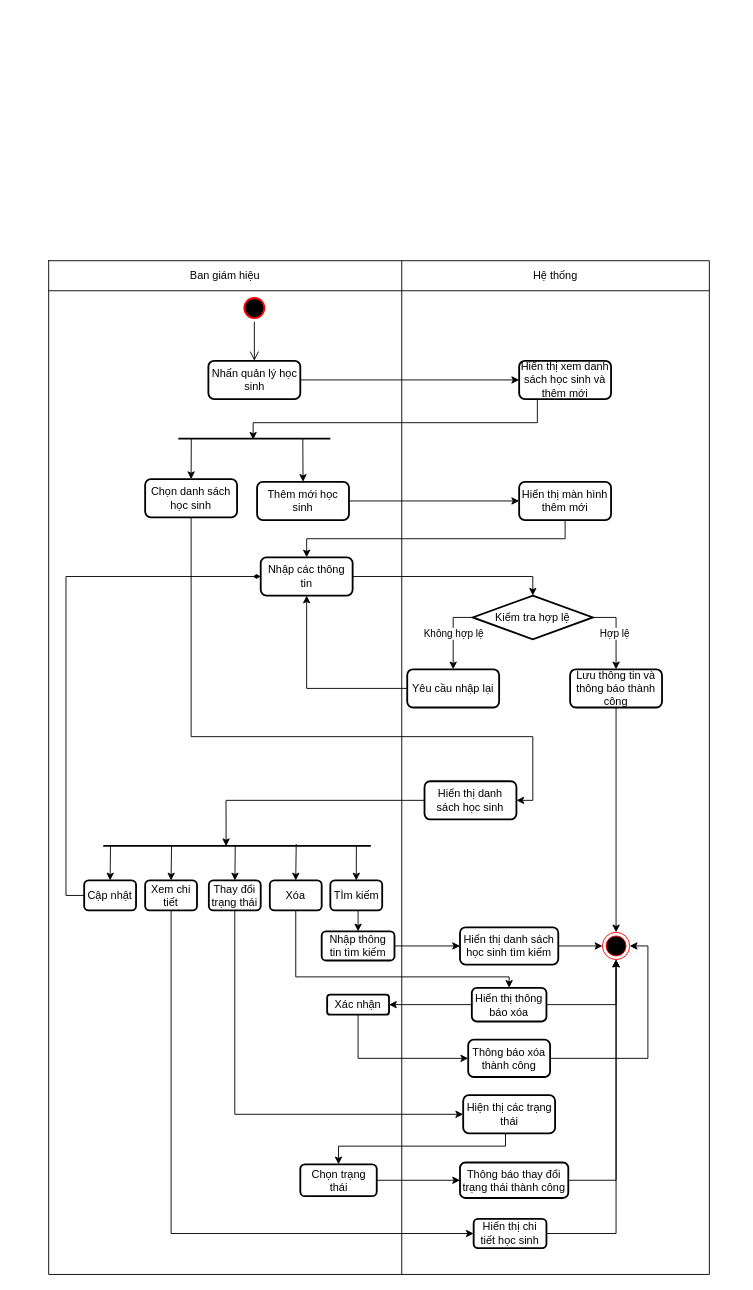
Earlier version of the draw.io diagram page "Quản lý học sinh" (8 of 16) of activity-diagram (1).drawio (Boorng/DATN). Source tidied: cells renumbered, new cells numbered last; positions are measured from the earlier drawing's top-left corner, leaving out a move shared by most shapes. Both pictures are drawn from the tidied source at 91%, with x=0, y=0 at pixel (48, 260).
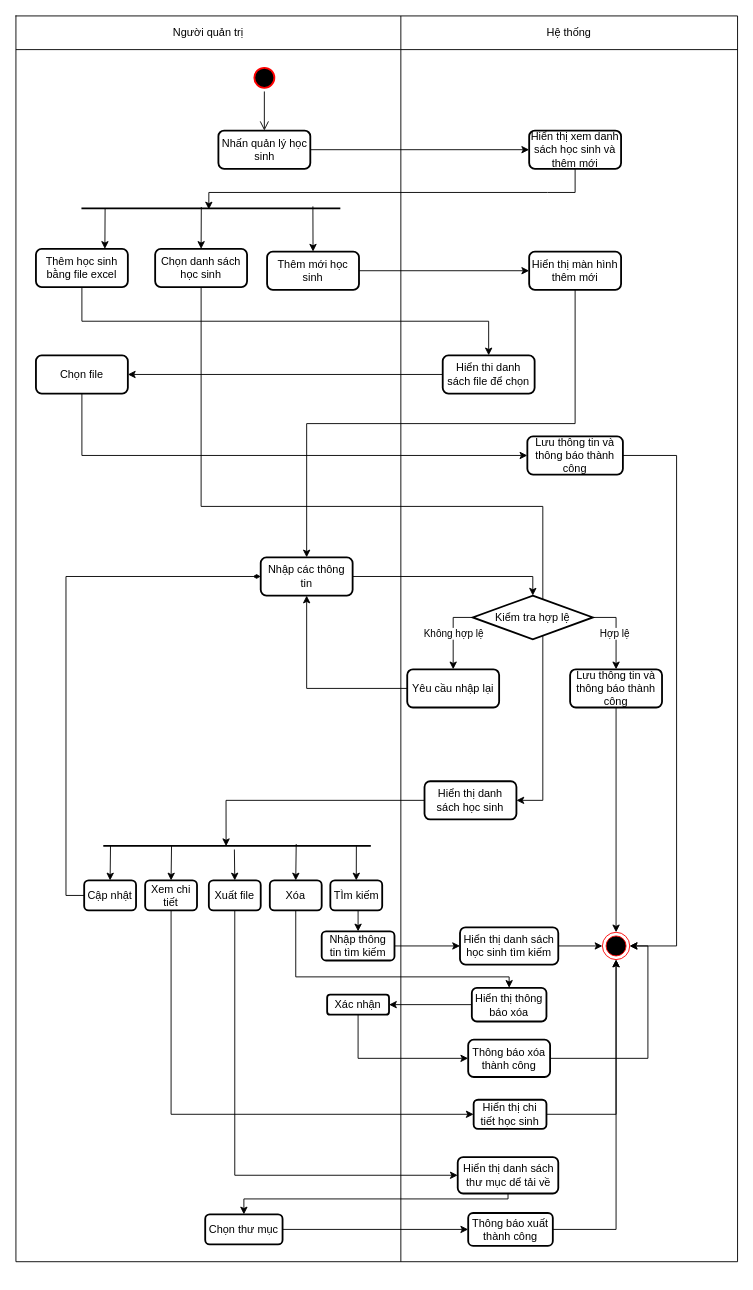
Above is the later version.

Unchanged cells that the change refers to:
```xml
<mxCell id="35" value="Hiển thị danh sách học sinh" style="rounded=1;whiteSpace=wrap;html=1;strokeWidth=2;" parent="1" vertex="1">
  <mxGeometry x="413" y="572" width="101" height="42" as="geometry" />
</mxCell>
<mxCell id="36" style="line;strokeWidth=2;fillColor=none;align=left;verticalAlign=middle;spacingTop=-1;spacingLeft=3;spacingRight=3;labelPosition=right;points=[];portConstraint=eastwest;strokeColor=inherit;" parent="1" vertex="1">
  <mxGeometry x="60" y="639" width="294" height="8" as="geometry" />
</mxCell>
<mxCell id="54" value="Hiển thị thông báo xóa" style="rounded=1;whiteSpace=wrap;html=1;strokeWidth=2;" parent="1" vertex="1">
  <mxGeometry x="465" y="799" width="82" height="37" as="geometry" />
</mxCell>
<mxCell id="71" style="ellipse;html=1;shape=endState;fillColor=#000000;strokeColor=#ff0000;" parent="1" vertex="1">
  <mxGeometry x="608.5" y="738" width="30" height="30" as="geometry" />
</mxCell>
```

Change to the diagram source:
```diff
@@
     <mxCell id="2" style="shape=table;startSize=0;childLayout=tableLayout;" parent="1" vertex="1">
-      <mxGeometry width="726" height="1114" as="geometry" />
+      <mxGeometry x="-36" y="-269" width="793" height="1369" as="geometry" />
     </mxCell>
     <mxCell id="3" style="shape=tableRow;horizontal=0;startSize=0;swimlaneHead=0;swimlaneBody=0;top=0;left=0;bottom=0;right=0;fillColor=none;" parent="2" vertex="1">
-      <mxGeometry width="726" height="33" as="geometry" />
+      <mxGeometry width="793" height="37" as="geometry" />
     </mxCell>
-    <mxCell id="4" value="Ban giám hiệu" style="shape=partialRectangle;html=1;whiteSpace=wrap;overflow=hidden;fillColor=none;top=0;left=0;bottom=0;right=0;" parent="3" vertex="1">
-      <mxGeometry width="388" height="33" as="geometry" />
+    <mxCell id="4" value="Người quản trị" style="shape=partialRectangle;html=1;whiteSpace=wrap;overflow=hidden;fillColor=none;top=0;left=0;bottom=0;right=0;" parent="3" vertex="1">
+      <mxGeometry width="423" height="37" as="geometry" />
     </mxCell>
     <mxCell id="5" value="Hệ thống" style="shape=partialRectangle;html=1;whiteSpace=wrap;overflow=hidden;fillColor=none;top=0;left=0;bottom=0;right=0;" parent="3" vertex="1">
-      <mxGeometry x="388" width="338" height="33" as="geometry" />
+      <mxGeometry x="423" width="370" height="37" as="geometry" />
     </mxCell>
     <mxCell id="6" style="shape=tableRow;horizontal=0;startSize=0;swimlaneHead=0;swimlaneBody=0;top=0;left=0;bottom=0;right=0;fillColor=none;" parent="2" vertex="1">
-      <mxGeometry y="33" width="726" height="1081" as="geometry" />
+      <mxGeometry y="37" width="793" height="1332" as="geometry" />
     </mxCell>
     <mxCell id="7" style="shape=partialRectangle;html=1;whiteSpace=wrap;overflow=hidden;fillColor=none;top=0;left=0;bottom=0;right=0;" parent="6" vertex="1">
-      <mxGeometry width="388" height="1081" as="geometry" />
+      <mxGeometry width="423" height="1332" as="geometry" />
     </mxCell>
     <mxCell id="8" style="shape=partialRectangle;html=1;whiteSpace=wrap;overflow=hidden;fillColor=none;top=0;left=0;bottom=0;right=0;" parent="6" vertex="1">
-      <mxGeometry x="388" width="338" height="1081" as="geometry" />
+      <mxGeometry x="423" width="370" height="1332" as="geometry" />
     </mxCell>
     <mxCell id="9" style="ellipse;html=1;shape=startState;fillColor=#000000;strokeColor=#ff0000;strokeWidth=2;" parent="1" vertex="1">
-      <mxGeometry x="211" y="37" width="30" height="30" as="geometry" />
+      <mxGeometry x="222" y="-216" width="30" height="30" as="geometry" />
     </mxCell>
@@
     <mxCell id="12" value="Nhấn quản lý học sinh" style="rounded=1;whiteSpace=wrap;html=1;strokeWidth=2;" parent="1" vertex="1">
-      <mxGeometry x="175.5" y="110" width="101" height="42" as="geometry" />
+      <mxGeometry x="186.5" y="-143" width="101" height="42" as="geometry" />
     </mxCell>
     <mxCell id="13" style="edgeStyle=orthogonalEdgeStyle;rounded=0;jettySize=auto;html=1;exitX=0.5;exitY=1;exitDx=0;exitDy=0;entryX=0.492;entryY=0.606;entryDx=0;entryDy=0;entryPerimeter=0;strokeColor=#000000;" parent="1" edge="1" source="14" target="31">
       <mxGeometry relative="1" as="geometry">
         <Array as="points">
-          <mxPoint x="537" y="178" />
-          <mxPoint x="225" y="178" />
+          <mxPoint x="548" y="-75" />
+          <mxPoint x="236" y="-75" />
         </Array>
       </mxGeometry>
     </mxCell>
     <mxCell id="14" value="Hiển thị xem danh sách học sinh và thêm mới" style="rounded=1;whiteSpace=wrap;html=1;strokeWidth=2;" parent="1" vertex="1">
-      <mxGeometry x="517" y="110" width="101" height="42" as="geometry" />
+      <mxGeometry x="528" y="-143" width="101" height="42" as="geometry" />
     </mxCell>
     <mxCell id="15" style="edgeStyle=orthogonalEdgeStyle;rounded=0;jettySize=auto;html=1;exitX=0.5;exitY=1;exitDx=0;exitDy=0;strokeColor=#000000;" parent="1" edge="1" source="16" target="35">
       <mxGeometry relative="1" as="geometry">
         <Array as="points">
-          <mxPoint x="157" y="523" />
-          <mxPoint x="532" y="523" />
+          <mxPoint x="168" y="270" />
+          <mxPoint x="543" y="270" />
         </Array>
       </mxGeometry>
     </mxCell>
     <mxCell id="16" value="Chọn danh sách học sinh" style="rounded=1;whiteSpace=wrap;html=1;strokeWidth=2;" parent="1" vertex="1">
-      <mxGeometry x="106" y="240" width="101" height="42" as="geometry" />
+      <mxGeometry x="117" y="-13" width="101" height="42" as="geometry" />
     </mxCell>
@@
     <mxCell id="18" value="Thêm mới học sinh" style="rounded=1;whiteSpace=wrap;html=1;strokeWidth=2;" parent="1" vertex="1">
-      <mxGeometry x="229" y="243" width="101" height="42" as="geometry" />
+      <mxGeometry x="240" y="-10" width="101" height="42" as="geometry" />
     </mxCell>
@@
     <mxCell id="20" value="Hiển thị màn hình thêm mới" style="rounded=1;whiteSpace=wrap;html=1;strokeWidth=2;" parent="1" vertex="1">
-      <mxGeometry x="517" y="243" width="101" height="42" as="geometry" />
+      <mxGeometry x="528" y="-10" width="101" height="42" as="geometry" />
     </mxCell>
@@
     <mxCell id="31" style="line;strokeWidth=2;fillColor=none;align=left;verticalAlign=middle;spacingTop=-1;spacingLeft=3;spacingRight=3;labelPosition=right;points=[];portConstraint=eastwest;strokeColor=inherit;" parent="1" vertex="1">
-      <mxGeometry x="142.5" y="190" width="167" height="11" as="geometry" />
+      <mxGeometry x="36" y="-63" width="284.5" height="11" as="geometry" />
     </mxCell>
-    <mxCell id="32" style="endArrow=classic;html=1;rounded=0;strokeColor=#000000;exitX=0.085;exitY=0.485;exitDx=0;exitDy=0;exitPerimeter=0;entryX=0.5;entryY=0;entryDx=0;entryDy=0;" parent="1" edge="1" source="31" target="16">
+    <mxCell id="32" style="endArrow=classic;html=1;rounded=0;strokeColor=#000000;exitX=0.463;exitY=0.364;exitDx=0;exitDy=0;exitPerimeter=0;entryX=0.5;entryY=0;entryDx=0;entryDy=0;" parent="1" edge="1" source="31" target="16">
       <mxGeometry relative="1" as="geometry" />
     </mxCell>
-    <mxCell id="33" style="endArrow=classic;html=1;rounded=0;strokeColor=#000000;exitX=0.819;exitY=0.485;exitDx=0;exitDy=0;exitPerimeter=0;entryX=0.5;entryY=0;entryDx=0;entryDy=0;" parent="1" edge="1" source="31" target="18">
+    <mxCell id="33" style="endArrow=classic;html=1;rounded=0;strokeColor=#000000;entryX=0.5;entryY=0;entryDx=0;entryDy=0;exitX=0.894;exitY=0.303;exitDx=0;exitDy=0;exitPerimeter=0;" parent="1" edge="1" source="31" target="18">
       <mxGeometry relative="1" as="geometry" />
     </mxCell>
@@
-    <mxCell id="41" style="edgeStyle=orthogonalEdgeStyle;rounded=0;jettySize=auto;html=1;exitX=0.5;exitY=1;exitDx=0;exitDy=0;entryX=0;entryY=0.5;entryDx=0;entryDy=0;" parent="1" edge="1" source="42" target="60">
-      <mxGeometry relative="1" as="geometry" />
-    </mxCell>
-    <mxCell id="42" value="Thay đổi trạng thái" style="rounded=1;whiteSpace=wrap;html=1;strokeWidth=2;" parent="1" vertex="1">
-      <mxGeometry x="176" y="681" width="57" height="33" as="geometry" />
-    </mxCell>
@@
-    <mxCell id="49" style="endArrow=classic;html=1;rounded=0;strokeColor=#000000;" parent="1" edge="1" target="42">
-      <mxGeometry relative="1" as="geometry">
-        <mxPoint x="205" y="642" as="sourcePoint" />
-      </mxGeometry>
-    </mxCell>
@@
-    <mxCell id="53" style="edgeStyle=orthogonalEdgeStyle;rounded=0;jettySize=auto;html=1;exitX=1;exitY=0.5;exitDx=0;exitDy=0;entryX=0.5;entryY=1;entryDx=0;entryDy=0;" parent="1" edge="1" source="54" target="71">
-      <mxGeometry relative="1" as="geometry" />
-    </mxCell>
@@
     <mxCell id="58" value="Hiển thị chi tiết học sinh" style="rounded=1;whiteSpace=wrap;html=1;strokeWidth=2;" parent="1" vertex="1">
-      <mxGeometry x="467" y="1053" width="80" height="32" as="geometry" />
+      <mxGeometry x="467" y="922" width="80" height="32" as="geometry" />
     </mxCell>
-    <mxCell id="59" style="edgeStyle=orthogonalEdgeStyle;rounded=0;jettySize=auto;html=1;exitX=0.5;exitY=1;exitDx=0;exitDy=0;entryX=0.5;entryY=0;entryDx=0;entryDy=0;" parent="1" edge="1" source="60" target="68">
-      <mxGeometry relative="1" as="geometry">
-        <Array as="points">
-          <mxPoint x="502" y="959" />
-          <mxPoint x="502" y="973" />
-          <mxPoint x="319" y="973" />
-        </Array>
-      </mxGeometry>
-    </mxCell>
-    <mxCell id="60" value="Hiện thị các trạng thái" style="rounded=1;whiteSpace=wrap;html=1;strokeWidth=2;" parent="1" vertex="1">
-      <mxGeometry x="455.5" y="917" width="101" height="42" as="geometry" />
-    </mxCell>
@@
-    <mxCell id="67" style="edgeStyle=orthogonalEdgeStyle;rounded=0;jettySize=auto;html=1;exitX=1;exitY=0.5;exitDx=0;exitDy=0;entryX=0;entryY=0.5;entryDx=0;entryDy=0;" parent="1" edge="1" source="68" target="70">
-      <mxGeometry relative="1" as="geometry" />
-    </mxCell>
-    <mxCell id="68" value="Chọn trạng thái" style="rounded=1;whiteSpace=wrap;html=1;strokeWidth=2;" parent="1" vertex="1">
-      <mxGeometry x="276.5" y="993" width="84" height="35" as="geometry" />
-    </mxCell>
-    <mxCell id="69" style="edgeStyle=orthogonalEdgeStyle;rounded=0;jettySize=auto;html=1;exitX=1;exitY=0.5;exitDx=0;exitDy=0;entryX=0.5;entryY=1;entryDx=0;entryDy=0;" parent="1" edge="1" source="70" target="71">
-      <mxGeometry relative="1" as="geometry" />
-    </mxCell>
-    <mxCell id="70" value="Thông báo thay đổi trạng thái thành công" style="rounded=1;whiteSpace=wrap;html=1;strokeWidth=2;" parent="1" vertex="1">
-      <mxGeometry x="452" y="991" width="119" height="39" as="geometry" />
-    </mxCell>
@@
+    <mxCell id="72" style="edgeStyle=orthogonalEdgeStyle;rounded=0;jettySize=auto;html=1;exitX=0.5;exitY=1;exitDx=0;exitDy=0;entryX=0.5;entryY=0;entryDx=0;entryDy=0;" parent="1" edge="1" source="73" target="75">
+      <mxGeometry relative="1" as="geometry" />
+    </mxCell>
+    <mxCell id="73" value="Thêm học sinh bằng file excel" style="rounded=1;whiteSpace=wrap;html=1;strokeWidth=2;" parent="1" vertex="1">
+      <mxGeometry x="-14" y="-13" width="101" height="42" as="geometry" />
+    </mxCell>
+    <mxCell id="74" style="edgeStyle=orthogonalEdgeStyle;rounded=0;jettySize=auto;html=1;exitX=0;exitY=0.5;exitDx=0;exitDy=0;entryX=1;entryY=0.5;entryDx=0;entryDy=0;" parent="1" edge="1" source="75" target="77">
+      <mxGeometry relative="1" as="geometry" />
+    </mxCell>
+    <mxCell id="75" value="Hiển thi danh sách file để chọn" style="rounded=1;whiteSpace=wrap;html=1;strokeWidth=2;" parent="1" vertex="1">
+      <mxGeometry x="433" y="104" width="101" height="42" as="geometry" />
+    </mxCell>
+    <mxCell id="76" style="edgeStyle=orthogonalEdgeStyle;rounded=0;jettySize=auto;html=1;exitX=0.5;exitY=1;exitDx=0;exitDy=0;entryX=0;entryY=0.5;entryDx=0;entryDy=0;" parent="1" edge="1" source="77" target="79">
+      <mxGeometry relative="1" as="geometry" />
+    </mxCell>
+    <mxCell id="77" value="Chọn file" style="rounded=1;whiteSpace=wrap;html=1;strokeWidth=2;" parent="1" vertex="1">
+      <mxGeometry x="-14" y="104" width="101" height="42" as="geometry" />
+    </mxCell>
+    <mxCell id="78" style="edgeStyle=orthogonalEdgeStyle;rounded=0;jettySize=auto;html=1;exitX=1;exitY=0.5;exitDx=0;exitDy=0;entryX=1;entryY=0.5;entryDx=0;entryDy=0;" parent="1" edge="1" source="79" target="71">
+      <mxGeometry relative="1" as="geometry">
+        <Array as="points">
+          <mxPoint x="690" y="214" />
+          <mxPoint x="690" y="753" />
+        </Array>
+      </mxGeometry>
+    </mxCell>
+    <mxCell id="79" value="Lưu thông tin và thông báo thành công" style="rounded=1;whiteSpace=wrap;html=1;strokeWidth=2;" parent="1" vertex="1">
+      <mxGeometry x="526" y="193" width="105" height="42" as="geometry" />
+    </mxCell>
+    <mxCell id="80" style="endArrow=classic;html=1;rounded=0;strokeColor=#000000;entryX=0.75;entryY=0;entryDx=0;entryDy=0;" parent="1" edge="1" target="73">
+      <mxGeometry relative="1" as="geometry">
+        <mxPoint x="62" y="-57" as="sourcePoint" />
+      </mxGeometry>
+    </mxCell>
+    <mxCell id="81" style="edgeStyle=orthogonalEdgeStyle;rounded=0;jettySize=auto;html=1;exitX=0.5;exitY=1;exitDx=0;exitDy=0;entryX=0;entryY=0.5;entryDx=0;entryDy=0;" parent="1" edge="1" source="82" target="85">
+      <mxGeometry relative="1" as="geometry" />
+    </mxCell>
+    <mxCell id="82" value="Xuất file" style="rounded=1;whiteSpace=wrap;html=1;strokeWidth=2;" parent="1" vertex="1">
+      <mxGeometry x="176" y="681" width="57" height="33" as="geometry" />
+    </mxCell>
+    <mxCell id="83" style="endArrow=classic;html=1;rounded=0;strokeColor=#000000;entryX=0.5;entryY=0;entryDx=0;entryDy=0;exitX=0.49;exitY=1;exitDx=0;exitDy=0;exitPerimeter=0;" parent="1" edge="1" source="36" target="82">
+      <mxGeometry relative="1" as="geometry" />
+    </mxCell>
+    <mxCell id="84" style="edgeStyle=orthogonalEdgeStyle;rounded=0;jettySize=auto;html=1;exitX=0.5;exitY=1;exitDx=0;exitDy=0;entryX=0.5;entryY=0;entryDx=0;entryDy=0;elbow=vertical;" parent="1" edge="1" source="85" target="87">
+      <mxGeometry relative="1" as="geometry">
+        <Array as="points">
+          <mxPoint x="505" y="1031" />
+          <mxPoint x="214" y="1031" />
+        </Array>
+      </mxGeometry>
+    </mxCell>
+    <mxCell id="85" value="Hiển thị danh sách thư mục dể tải về" style="rounded=1;whiteSpace=wrap;html=1;strokeWidth=2;" parent="1" vertex="1">
+      <mxGeometry x="449.5" y="985" width="110.5" height="40" as="geometry" />
+    </mxCell>
+    <mxCell id="86" style="edgeStyle=orthogonalEdgeStyle;rounded=0;jettySize=auto;html=1;exitX=1;exitY=0.5;exitDx=0;exitDy=0;entryX=0;entryY=0.5;entryDx=0;entryDy=0;elbow=vertical;" parent="1" edge="1" source="87" target="89">
+      <mxGeometry relative="1" as="geometry" />
+    </mxCell>
+    <mxCell id="87" value="Chọn thư mục" style="rounded=1;whiteSpace=wrap;html=1;strokeWidth=2;" parent="1" vertex="1">
+      <mxGeometry x="172" y="1048" width="85" height="33" as="geometry" />
+    </mxCell>
+    <mxCell id="88" style="edgeStyle=orthogonalEdgeStyle;rounded=0;jettySize=auto;html=1;exitX=1;exitY=0.5;exitDx=0;exitDy=0;entryX=0.5;entryY=1;entryDx=0;entryDy=0;elbow=vertical;" parent="1" edge="1" source="89" target="71">
+      <mxGeometry relative="1" as="geometry" />
+    </mxCell>
+    <mxCell id="89" value="Thông báo xuất thành công" style="rounded=1;whiteSpace=wrap;html=1;strokeWidth=2;" parent="1" vertex="1">
+      <mxGeometry x="461" y="1046.5" width="93" height="36" as="geometry" />
+    </mxCell>
```
